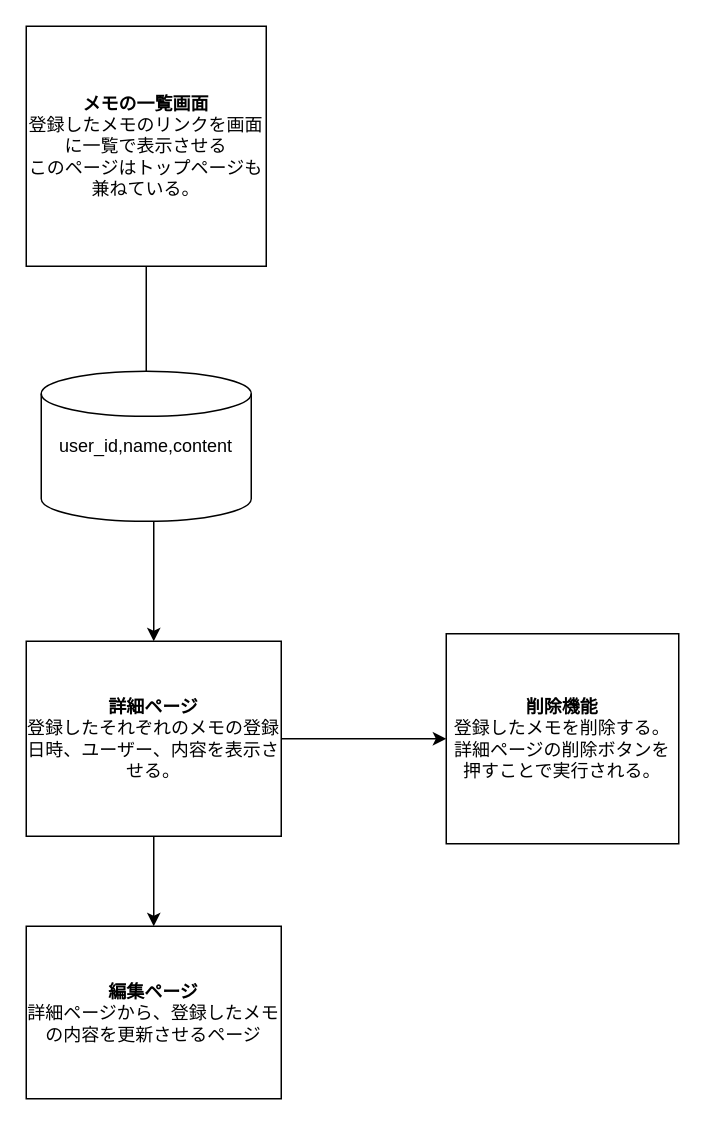
Earlier version of the draw.io diagram 設計書兼フロー図.drawio (fuzzy-yusuke/memo_mng). Source tidied: cells renumbered, new cells numbered last; positions are measured from the earlier drawing's top-left corner, leaving out a move shared by most shapes. Both pictures are drawn from the tidied source at 150%, with x=0, y=0 at pixel (26, 26).
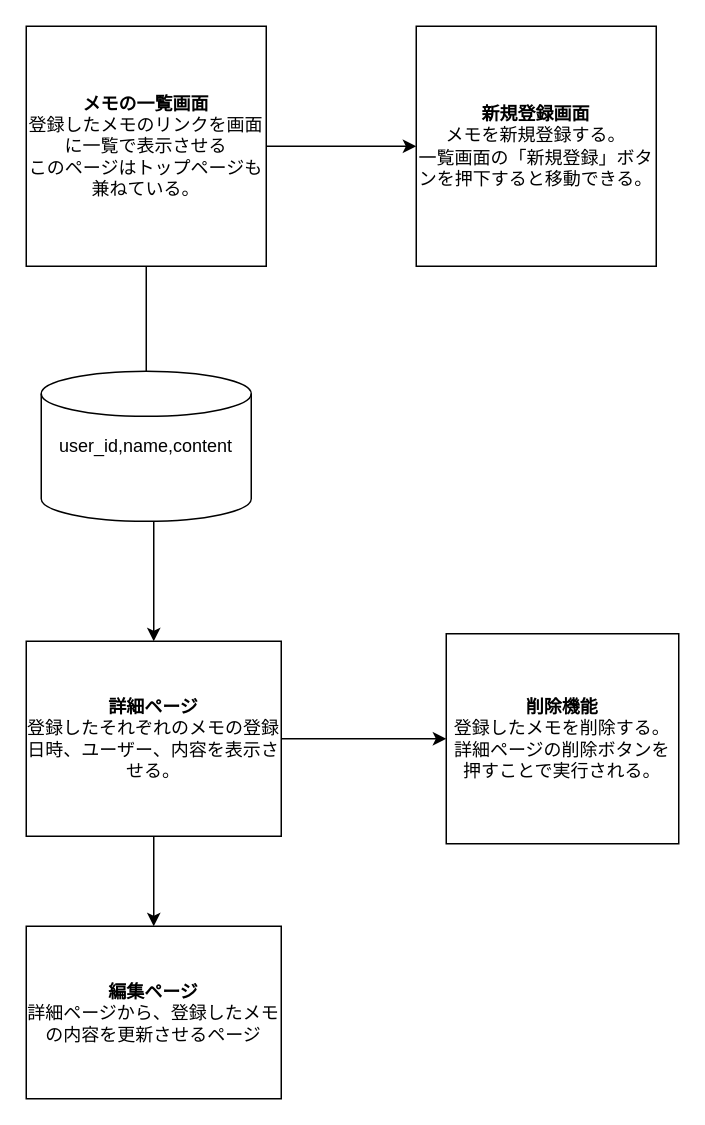
The same diagram, later.

What changed in the source:
```diff
@@
 <mxGraphModel>
   <root>
     <mxCell id="0" />
     <mxCell id="1" parent="0" />
     <mxCell id="2" style="edgeStyle=orthogonalEdgeStyle;rounded=0;jettySize=auto;html=1;" parent="1" edge="1" source="3" target="6">
       <mxGeometry relative="1" as="geometry" />
     </mxCell>
+    <mxCell id="10" style="edgeStyle=orthogonalEdgeStyle;rounded=0;jettySize=auto;html=1;" parent="1" edge="1" source="3" target="11">
+      <mxGeometry relative="1" as="geometry" />
+    </mxCell>
     <mxCell id="3" value="&lt;font style=&quot;font-size: 12px&quot;&gt;&lt;b&gt;メモの一覧画面&lt;/b&gt;&lt;br&gt;登録したメモのリンクを画面に一覧で表示させる&lt;br&gt;このページはトップページも兼ねている。&lt;br&gt;&lt;/font&gt;" style="whiteSpace=wrap;html=1;" parent="1" vertex="1">
       <mxGeometry width="160" height="160" as="geometry" />
     </mxCell>
     <mxCell id="4" style="edgeStyle=orthogonalEdgeStyle;rounded=0;jettySize=auto;html=1;" parent="1" edge="1" source="6" target="8">
       <mxGeometry relative="1" as="geometry" />
     </mxCell>
     <mxCell id="5" style="edgeStyle=orthogonalEdgeStyle;rounded=0;jettySize=auto;html=1;" parent="1" edge="1" source="6" target="9">
       <mxGeometry relative="1" as="geometry" />
     </mxCell>
     <mxCell id="6" value="&lt;b&gt;詳細ページ&lt;/b&gt;&lt;br&gt;登録したそれぞれのメモの登録日時、ユーザー、内容を表示させる。" style="whiteSpace=wrap;html=1;" parent="1" vertex="1">
       <mxGeometry y="410" width="170" height="130" as="geometry" />
     </mxCell>
     <mxCell id="7" value="user_id,name,content" style="shape=cylinder2;whiteSpace=wrap;html=1;boundedLbl=1;backgroundOutline=1;size=15;" parent="1" vertex="1">
       <mxGeometry x="10" y="230" width="140" height="100" as="geometry" />
     </mxCell>
     <mxCell id="8" value="&lt;b&gt;編集ページ&lt;/b&gt;&lt;br&gt;詳細ページから、登録したメモの内容を更新させるページ" style="whiteSpace=wrap;html=1;" parent="1" vertex="1">
       <mxGeometry y="600" width="170" height="115" as="geometry" />
     </mxCell>
     <mxCell id="9" value="&lt;b&gt;削除機能&lt;/b&gt;&lt;br&gt;登録したメモを削除する。&lt;br&gt;詳細ページの削除ボタンを押すことで実行される。" style="whiteSpace=wrap;html=1;" parent="1" vertex="1">
       <mxGeometry x="280" y="405" width="155" height="140" as="geometry" />
     </mxCell>
+    <mxCell id="11" value="&lt;b&gt;新規登録画面&lt;/b&gt;&lt;br&gt;メモを新規登録する。&lt;br&gt;一覧画面の「新規登録」ボタンを押下すると移動できる。" style="whiteSpace=wrap;html=1;" parent="1" vertex="1">
+      <mxGeometry x="260" width="160" height="160" as="geometry" />
+    </mxCell>
   </root>
 </mxGraphModel>
```
